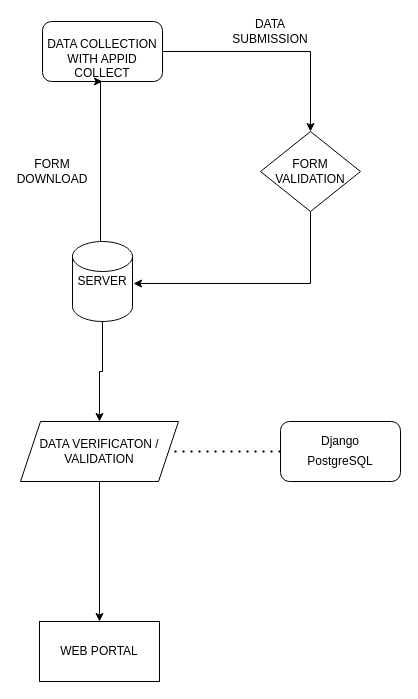
Above: assets/Untitled Diagram.drawio in petersoleeh/alarm-clock (draw.io), before the change. Source tidied: cells renumbered, new cells numbered last; positions are measured from the earlier drawing's top-left corner, leaving out a move shared by most shapes. Both pictures are drawn from the tidied source at 100%, with x=0, y=0 at pixel (20, 21).
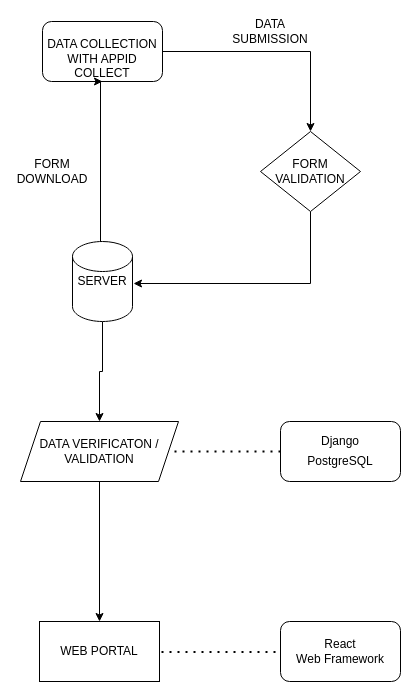
After the change.

What changed in the source:
```diff
@@
+    <mxCell id="18" value="&lt;div&gt;React &lt;br&gt;&lt;/div&gt;&lt;div&gt;Web Framework&lt;/div&gt;" style="rounded=1;whiteSpace=wrap;html=1;" parent="1" vertex="1">
+      <mxGeometry x="260" y="600" width="120" height="60" as="geometry" />
+    </mxCell>
+    <mxCell id="19" style="endArrow=none;dashed=1;html=1;dashPattern=1 3;strokeWidth=2;" parent="1" edge="1">
+      <mxGeometry relative="1" as="geometry">
+        <mxPoint x="141" y="630.5" as="sourcePoint" />
+        <mxPoint x="261" y="630.5" as="targetPoint" />
+        <Array as="points">
+          <mxPoint x="191" y="630.5" />
+        </Array>
+      </mxGeometry>
+    </mxCell>
```
